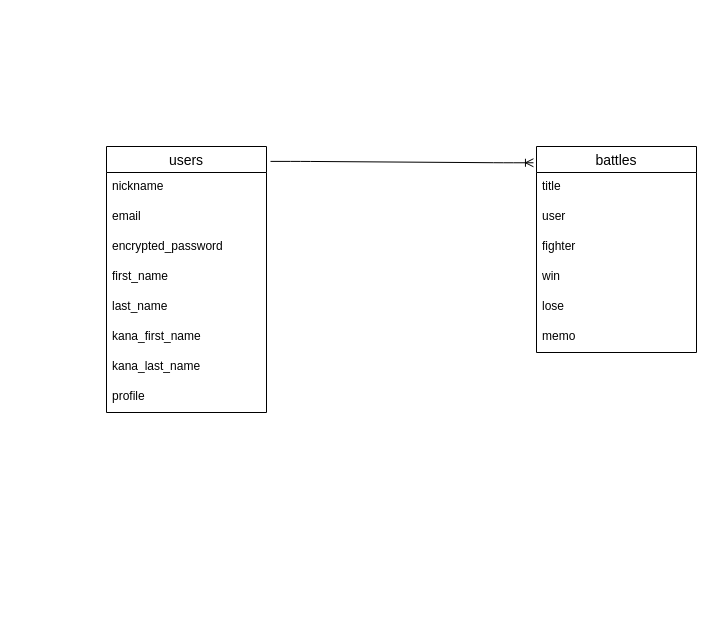
Above: er.dio in fuhewat/tatakainokiroku (draw.io), before the change. Source tidied: cells renumbered, new cells numbered last; positions are measured from the earlier drawing's top-left corner, leaving out a move shared by most shapes. Both pictures are drawn from the tidied source at 100%, with x=0, y=0 at pixel (106, 146).
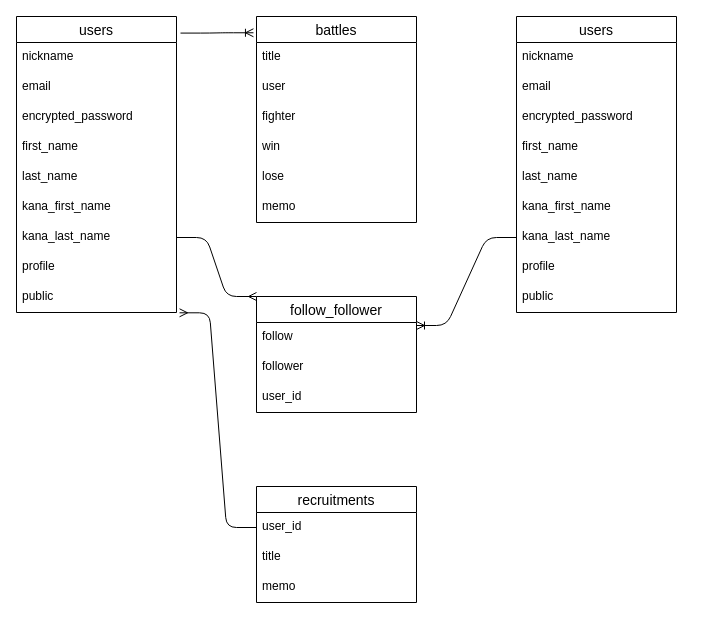
After the change.

Unchanged cells that the change refers to:
```xml
<mxCell id="9" value="kana_last_name" style="text;strokeColor=none;fillColor=none;spacingLeft=4;spacingRight=4;overflow=hidden;points=[[0,0.5],[1,0.5]];portConstraint=eastwest;fontSize=12;" parent="2" vertex="1">
  <mxGeometry y="206" width="160" height="30" as="geometry" />
</mxCell>
```

Change to the diagram source:
```diff
@@
     <mxCell id="2" value="users" style="swimlane;fontStyle=0;horizontal=1;startSize=26;align=center;fontSize=14;" parent="1" vertex="1">
-      <mxGeometry width="160" height="266" as="geometry" />
+      <mxGeometry x="-90" y="-130" width="160" height="296" as="geometry" />
     </mxCell>
@@
+    <mxCell id="19" value="public" style="text;strokeColor=none;fillColor=none;spacingLeft=4;spacingRight=4;overflow=hidden;points=[[0,0.5],[1,0.5]];portConstraint=eastwest;fontSize=12;" parent="2" vertex="1">
+      <mxGeometry y="266" width="160" height="30" as="geometry" />
+    </mxCell>
     <mxCell id="11" value="battles" style="swimlane;fontStyle=0;horizontal=1;startSize=26;align=center;fontSize=14;" parent="1" vertex="1">
-      <mxGeometry x="430" width="160" height="206" as="geometry" />
+      <mxGeometry x="150" y="-130" width="160" height="206" as="geometry" />
     </mxCell>
@@
+    <mxCell id="20" value="follow_follower" style="swimlane;fontStyle=0;horizontal=1;startSize=26;align=center;fontSize=14;" parent="1" vertex="1">
+      <mxGeometry x="150" y="150" width="160" height="116" as="geometry" />
+    </mxCell>
+    <mxCell id="21" value="follow" style="text;strokeColor=none;fillColor=none;spacingLeft=4;spacingRight=4;overflow=hidden;fontSize=12;" parent="20" vertex="1">
+      <mxGeometry y="26" width="160" height="30" as="geometry" />
+    </mxCell>
+    <mxCell id="22" value="follower" style="text;strokeColor=none;fillColor=none;spacingLeft=4;spacingRight=4;overflow=hidden;fontSize=12;" parent="20" vertex="1">
+      <mxGeometry y="56" width="160" height="30" as="geometry" />
+    </mxCell>
+    <mxCell id="23" value="user_id" style="text;strokeColor=none;fillColor=none;spacingLeft=4;spacingRight=4;overflow=hidden;fontSize=12;" parent="20" vertex="1">
+      <mxGeometry y="86" width="160" height="30" as="geometry" />
+    </mxCell>
+    <mxCell id="24" value="users" style="swimlane;fontStyle=0;horizontal=1;startSize=26;align=center;fontSize=14;" parent="1" vertex="1">
+      <mxGeometry x="410" y="-130" width="160" height="296" as="geometry" />
+    </mxCell>
+    <mxCell id="25" value="nickname&#10;" style="text;strokeColor=none;fillColor=none;spacingLeft=4;spacingRight=4;overflow=hidden;fontSize=12;" parent="24" vertex="1">
+      <mxGeometry y="26" width="160" height="30" as="geometry" />
+    </mxCell>
+    <mxCell id="26" value="email&#10;" style="text;strokeColor=none;fillColor=none;spacingLeft=4;spacingRight=4;overflow=hidden;fontSize=12;" parent="24" vertex="1">
+      <mxGeometry y="56" width="160" height="30" as="geometry" />
+    </mxCell>
+    <mxCell id="27" value="encrypted_password" style="text;strokeColor=none;fillColor=none;spacingLeft=4;spacingRight=4;overflow=hidden;fontSize=12;" parent="24" vertex="1">
+      <mxGeometry y="86" width="160" height="30" as="geometry" />
+    </mxCell>
+    <mxCell id="28" value="first_name" style="text;strokeColor=none;fillColor=none;spacingLeft=4;spacingRight=4;overflow=hidden;fontSize=12;" parent="24" vertex="1">
+      <mxGeometry y="116" width="160" height="30" as="geometry" />
+    </mxCell>
+    <mxCell id="29" value="last_name" style="text;strokeColor=none;fillColor=none;spacingLeft=4;spacingRight=4;overflow=hidden;fontSize=12;" parent="24" vertex="1">
+      <mxGeometry y="146" width="160" height="30" as="geometry" />
+    </mxCell>
+    <mxCell id="30" value="kana_first_name" style="text;strokeColor=none;fillColor=none;spacingLeft=4;spacingRight=4;overflow=hidden;fontSize=12;" parent="24" vertex="1">
+      <mxGeometry y="176" width="160" height="30" as="geometry" />
+    </mxCell>
+    <mxCell id="31" value="kana_last_name" style="text;strokeColor=none;fillColor=none;spacingLeft=4;spacingRight=4;overflow=hidden;points=[[0,0.5],[1,0.5]];portConstraint=eastwest;fontSize=12;" parent="24" vertex="1">
+      <mxGeometry y="206" width="160" height="30" as="geometry" />
+    </mxCell>
+    <mxCell id="32" value="profile" style="text;strokeColor=none;fillColor=none;spacingLeft=4;spacingRight=4;overflow=hidden;fontSize=12;" parent="24" vertex="1">
+      <mxGeometry y="236" width="160" height="30" as="geometry" />
+    </mxCell>
+    <mxCell id="33" value="public" style="text;strokeColor=none;fillColor=none;spacingLeft=4;spacingRight=4;overflow=hidden;fontSize=12;" parent="24" vertex="1">
+      <mxGeometry y="266" width="160" height="30" as="geometry" />
+    </mxCell>
+    <mxCell id="34" value="recruitments" style="swimlane;fontStyle=0;horizontal=1;startSize=26;align=center;fontSize=14;" parent="1" vertex="1">
+      <mxGeometry x="150" y="340" width="160" height="116" as="geometry" />
+    </mxCell>
+    <mxCell id="35" value="user_id" style="text;strokeColor=none;fillColor=none;spacingLeft=4;spacingRight=4;overflow=hidden;points=[[0,0.5],[1,0.5]];portConstraint=eastwest;fontSize=12;" parent="34" vertex="1">
+      <mxGeometry y="26" width="160" height="30" as="geometry" />
+    </mxCell>
+    <mxCell id="36" value="title" style="text;strokeColor=none;fillColor=none;spacingLeft=4;spacingRight=4;overflow=hidden;fontSize=12;" parent="34" vertex="1">
+      <mxGeometry y="56" width="160" height="30" as="geometry" />
+    </mxCell>
+    <mxCell id="37" value="memo" style="text;strokeColor=none;fillColor=none;spacingLeft=4;spacingRight=4;overflow=hidden;fontSize=12;" parent="34" vertex="1">
+      <mxGeometry y="86" width="160" height="30" as="geometry" />
+    </mxCell>
+    <mxCell id="38" style="edgeStyle=entityRelationEdgeStyle;fontSize=12;html=1;endArrow=ERmany;exitX=1;exitY=0.5;exitDx=0;exitDy=0;entryX=0;entryY=0;entryDx=0;entryDy=0;" parent="1" edge="1" source="9" target="20">
+      <mxGeometry relative="1" as="geometry" />
+    </mxCell>
+    <mxCell id="39" style="edgeStyle=entityRelationEdgeStyle;fontSize=12;html=1;endArrow=ERoneToMany;exitX=0;exitY=0.5;exitDx=0;exitDy=0;entryX=1;entryY=0.25;entryDx=0;entryDy=0;" parent="1" edge="1" source="31" target="20">
+      <mxGeometry relative="1" as="geometry" />
+    </mxCell>
+    <mxCell id="40" style="edgeStyle=entityRelationEdgeStyle;fontSize=12;html=1;endArrow=ERmany;exitX=0;exitY=0.5;exitDx=0;exitDy=0;entryX=1.019;entryY=1.01;entryDx=0;entryDy=0;entryPerimeter=0;" parent="1" edge="1" source="35" target="19">
+      <mxGeometry relative="1" as="geometry" />
+    </mxCell>
```
